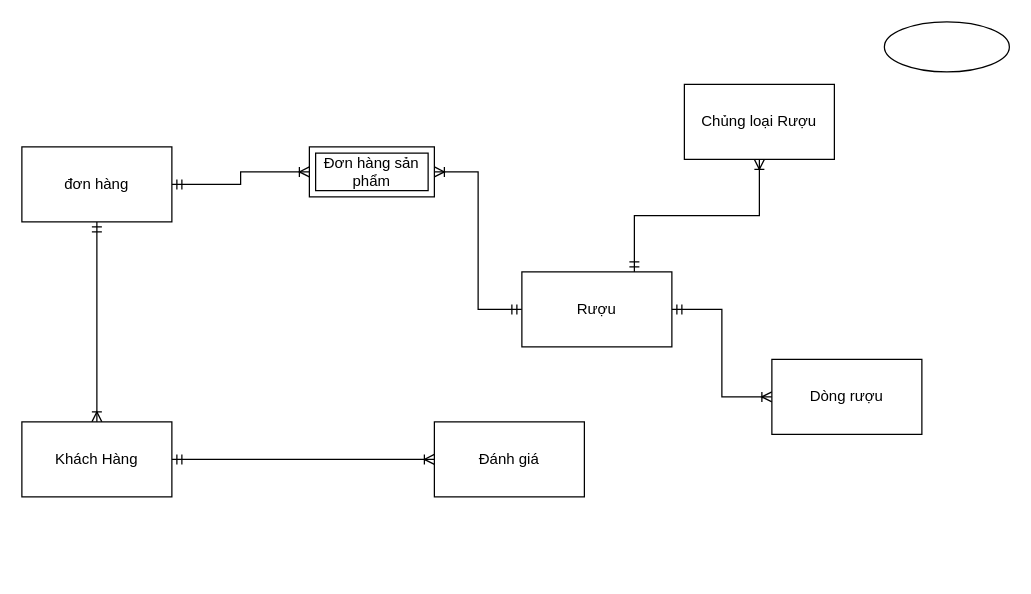
Above: ERmodel.drawio in NCanhhieu/T2207E-Diagram (draw.io), before the change. Source tidied: cells renumbered, new cells numbered last; positions are measured from the earlier drawing's top-left corner, leaving out a move shared by most shapes. Both pictures are drawn from the tidied source at 125%, with x=0, y=0 at pixel (21, 21).
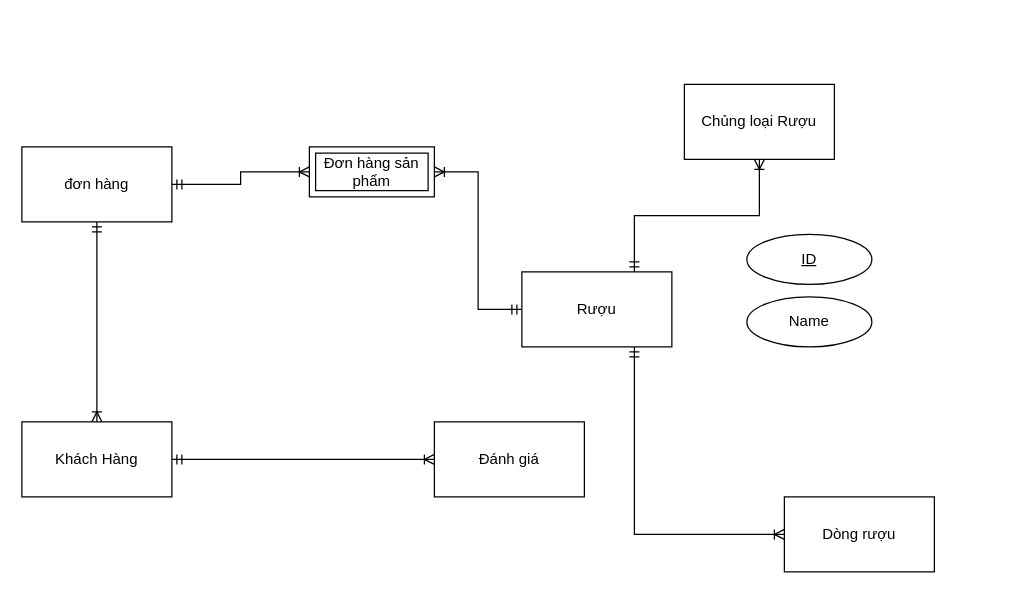
After the change.

Commit message (it also covers changes not shown here):
Cập nhật ERmodel.drawio

Diff of the diagram source:
```diff
@@
 <mxGraphModel>
   <root>
     <mxCell id="0" />
     <mxCell id="1" parent="0" />
     <mxCell id="2" style="edgeStyle=elbowEdgeStyle;fontSize=12;html=1;endArrow=ERoneToMany;startArrow=ERmandOne;rounded=0;exitX=0.75;exitY=0;exitDx=0;exitDy=0;elbow=vertical;entryX=0.5;entryY=1;entryDx=0;entryDy=0;" parent="1" edge="1" source="12" target="11">
       <mxGeometry relative="1" as="geometry" />
     </mxCell>
-    <mxCell id="3" style="edgeStyle=orthogonalEdgeStyle;fontSize=12;html=1;endArrow=ERoneToMany;startArrow=ERmandOne;rounded=0;exitX=1;exitY=0.5;exitDx=0;exitDy=0;entryX=0;entryY=0.5;entryDx=0;entryDy=0;elbow=vertical;" parent="1" edge="1" source="12" target="10">
+    <mxCell id="3" style="edgeStyle=orthogonalEdgeStyle;fontSize=12;html=1;endArrow=ERoneToMany;startArrow=ERmandOne;rounded=0;exitX=0.75;exitY=1;exitDx=0;exitDy=0;entryX=0;entryY=0.5;entryDx=0;entryDy=0;elbow=vertical;" parent="1" edge="1" source="12" target="10">
       <mxGeometry relative="1" as="geometry" />
     </mxCell>
     <mxCell id="4" style="edgeStyle=elbowEdgeStyle;fontSize=12;html=1;endArrow=ERoneToMany;startArrow=ERmandOne;rounded=0;exitX=0;exitY=0.5;exitDx=0;exitDy=0;entryX=1;entryY=0.5;entryDx=0;entryDy=0;" parent="1" edge="1" source="12" target="14">
       <mxGeometry relative="1" as="geometry" />
     </mxCell>
     <mxCell id="5" style="edgeStyle=elbowEdgeStyle;fontSize=12;html=1;endArrow=ERoneToMany;startArrow=ERmandOne;rounded=0;exitX=1;exitY=0.5;exitDx=0;exitDy=0;entryX=0;entryY=0.5;entryDx=0;entryDy=0;" parent="1" edge="1" source="8" target="14">
       <mxGeometry relative="1" as="geometry" />
     </mxCell>
     <mxCell id="6" style="edgeStyle=orthogonalEdgeStyle;fontSize=12;html=1;endArrow=ERoneToMany;startArrow=ERmandOne;rounded=0;entryX=0.5;entryY=0;entryDx=0;entryDy=0;exitX=0.5;exitY=1;exitDx=0;exitDy=0;" parent="1" edge="1" source="8" target="9">
       <mxGeometry relative="1" as="geometry" />
     </mxCell>
     <mxCell id="7" style="edgeStyle=elbowEdgeStyle;fontSize=12;html=1;endArrow=ERoneToMany;startArrow=ERmandOne;rounded=0;exitX=1;exitY=0.5;exitDx=0;exitDy=0;entryX=0;entryY=0.5;entryDx=0;entryDy=0;" parent="1" edge="1" source="9" target="13">
       <mxGeometry relative="1" as="geometry" />
     </mxCell>
     <mxCell id="8" value="đơn hàng" style="rounded=0;whiteSpace=wrap;html=1;" parent="1" vertex="1">
       <mxGeometry y="100" width="120" height="60" as="geometry" />
     </mxCell>
     <mxCell id="9" value="Khách Hàng" style="rounded=0;whiteSpace=wrap;html=1;" parent="1" vertex="1">
       <mxGeometry y="320" width="120" height="60" as="geometry" />
     </mxCell>
     <mxCell id="10" value="Dòng rượu" style="rounded=0;whiteSpace=wrap;html=1;" parent="1" vertex="1">
-      <mxGeometry x="600" y="270" width="120" height="60" as="geometry" />
+      <mxGeometry x="610" y="380" width="120" height="60" as="geometry" />
     </mxCell>
     <mxCell id="11" value="Chủng loại Rượu" style="rounded=0;whiteSpace=wrap;html=1;" parent="1" vertex="1">
       <mxGeometry x="530" y="50" width="120" height="60" as="geometry" />
     </mxCell>
     <mxCell id="12" value="Rượu" style="rounded=0;whiteSpace=wrap;html=1;" parent="1" vertex="1">
       <mxGeometry x="400" y="200" width="120" height="60" as="geometry" />
     </mxCell>
     <mxCell id="13" value="Đánh giá" style="rounded=0;whiteSpace=wrap;html=1;" parent="1" vertex="1">
       <mxGeometry x="330" y="320" width="120" height="60" as="geometry" />
     </mxCell>
     <mxCell id="14" value="Đơn hàng sản phẩm" style="shape=ext;margin=3;double=1;whiteSpace=wrap;html=1;align=center;" parent="1" vertex="1">
       <mxGeometry x="230" y="100" width="100" height="40" as="geometry" />
     </mxCell>
-    <mxCell id="15" style="ellipse;whiteSpace=wrap;html=1;align=center;" parent="1" vertex="1">
-      <mxGeometry x="690" width="100" height="40" as="geometry" />
+    <mxCell id="15" value="Name" style="ellipse;whiteSpace=wrap;html=1;align=center;" parent="1" vertex="1">
+      <mxGeometry x="580" y="220" width="100" height="40" as="geometry" />
     </mxCell>
+    <mxCell id="16" value="ID" style="ellipse;whiteSpace=wrap;html=1;align=center;fontStyle=4;" parent="1" vertex="1">
+      <mxGeometry x="580" y="170" width="100" height="40" as="geometry" />
+    </mxCell>
   </root>
 </mxGraphModel>
```
